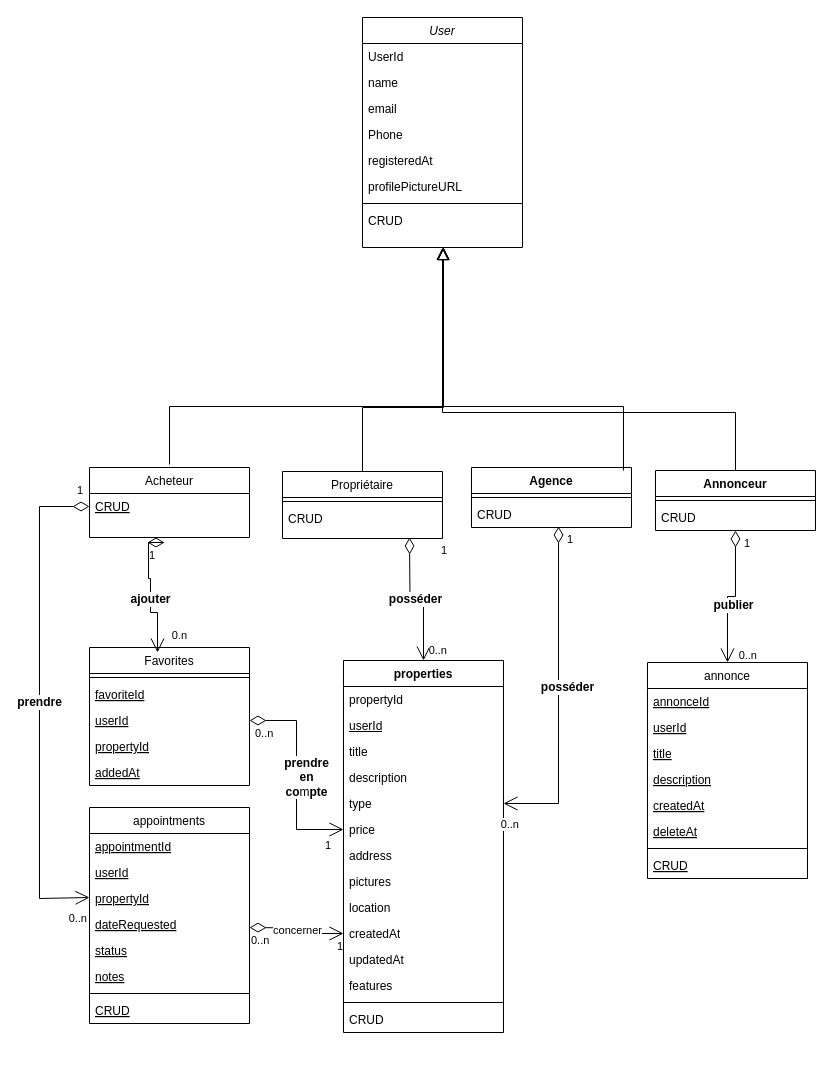
This is Untitled Diagram.drawio from BilelDespecio/ToDoAppGoal, a draw.io file, before an edit. Source tidied: cells renumbered, new cells numbered last; positions are measured from the earlier drawing's top-left corner, leaving out a move shared by most shapes. Both pictures are drawn from the tidied source at 100%, with x=0, y=0 at pixel (39, 17).
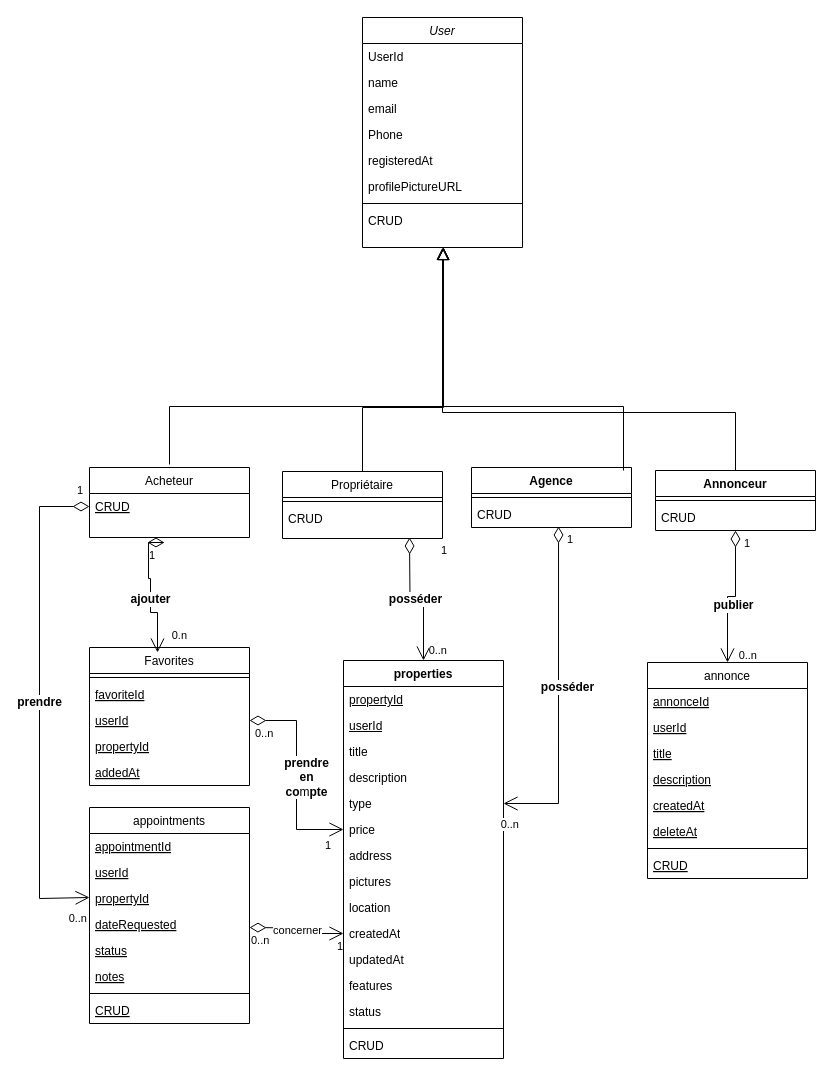
Above is the later version.

Commit message:
Mettre à jour Untitled Diagram.drawio

What changed in the source:
```diff
@@
     <mxCell id="22" value="properties" style="swimlane;fontStyle=1;align=center;verticalAlign=top;horizontal=1;startSize=26;whiteSpace=wrap;html=1;" parent="1" vertex="1">
-      <mxGeometry x="304" y="643" width="160" height="372" as="geometry" />
+      <mxGeometry x="304" y="643" width="160" height="398" as="geometry" />
     </mxCell>
-    <mxCell id="23" value="propertyId" style="text;strokeColor=none;fillColor=none;align=left;verticalAlign=top;spacingLeft=4;spacingRight=4;overflow=hidden;whiteSpace=wrap;html=1;" parent="22" vertex="1">
+    <mxCell id="23" value="&lt;u&gt;propertyId&lt;/u&gt;" style="text;strokeColor=none;fillColor=none;align=left;verticalAlign=top;spacingLeft=4;spacingRight=4;overflow=hidden;whiteSpace=wrap;html=1;" parent="22" vertex="1">
       <mxGeometry y="26" width="160" height="26" as="geometry" />
     </mxCell>
@@
+    <mxCell id="86" value="status" style="text;strokeColor=none;fillColor=none;align=left;verticalAlign=top;spacingLeft=4;spacingRight=4;overflow=hidden;whiteSpace=wrap;html=1;" parent="22" vertex="1">
+      <mxGeometry y="338" width="160" height="26" as="geometry" />
+    </mxCell>
     <mxCell id="35" style="line;strokeWidth=1;fillColor=none;align=left;verticalAlign=middle;spacingTop=-1;spacingLeft=3;spacingRight=3;labelPosition=right;strokeColor=inherit;" parent="22" vertex="1">
-      <mxGeometry y="338" width="160" height="8" as="geometry" />
+      <mxGeometry y="364" width="160" height="8" as="geometry" />
     </mxCell>
     <mxCell id="36" value="CRUD" style="text;strokeColor=none;fillColor=none;align=left;verticalAlign=top;spacingLeft=4;spacingRight=4;overflow=hidden;whiteSpace=wrap;html=1;" parent="22" vertex="1">
-      <mxGeometry y="346" width="160" height="26" as="geometry" />
+      <mxGeometry y="372" width="160" height="26" as="geometry" />
     </mxCell>
```
